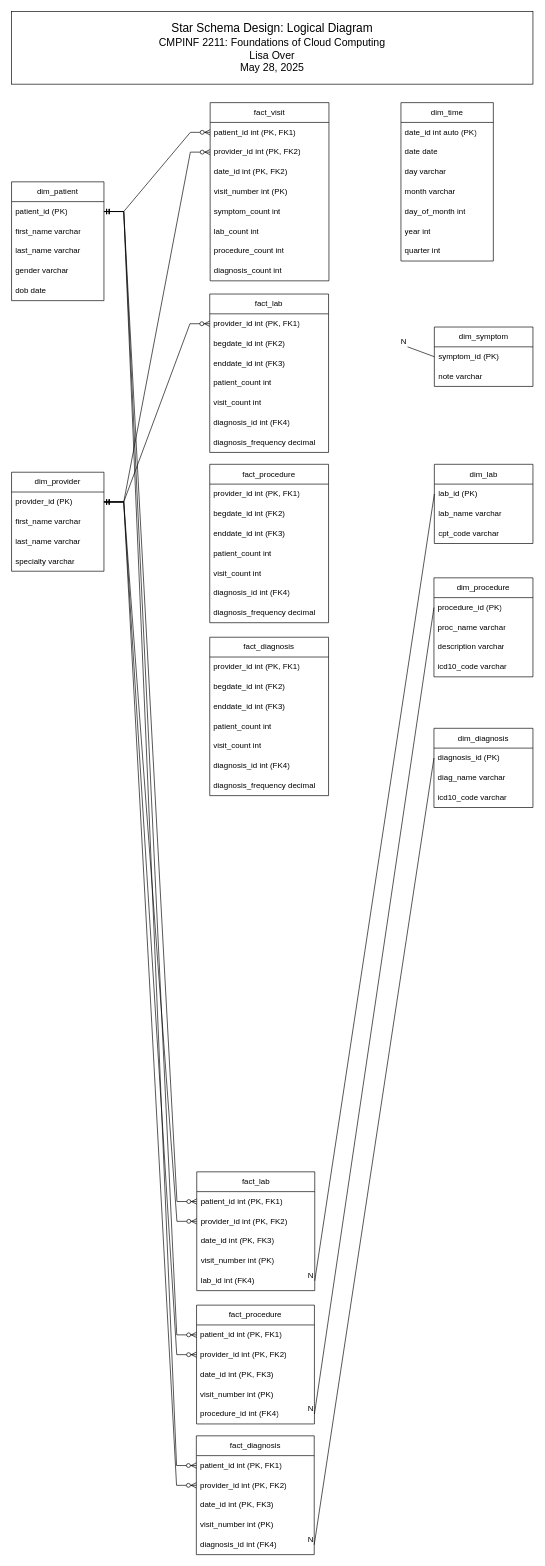
The draw.io diagram EMR_Star_Schema/schema_diagram.drawio in sandbox-lisa/drawio, before the edit. Source tidied: cells renumbered, new cells numbered last; positions are measured from the earlier drawing's top-left corner, leaving out a move shared by most shapes. Both pictures are drawn from the tidied source at 66%, with x=0, y=0 at pixel (11, 11).
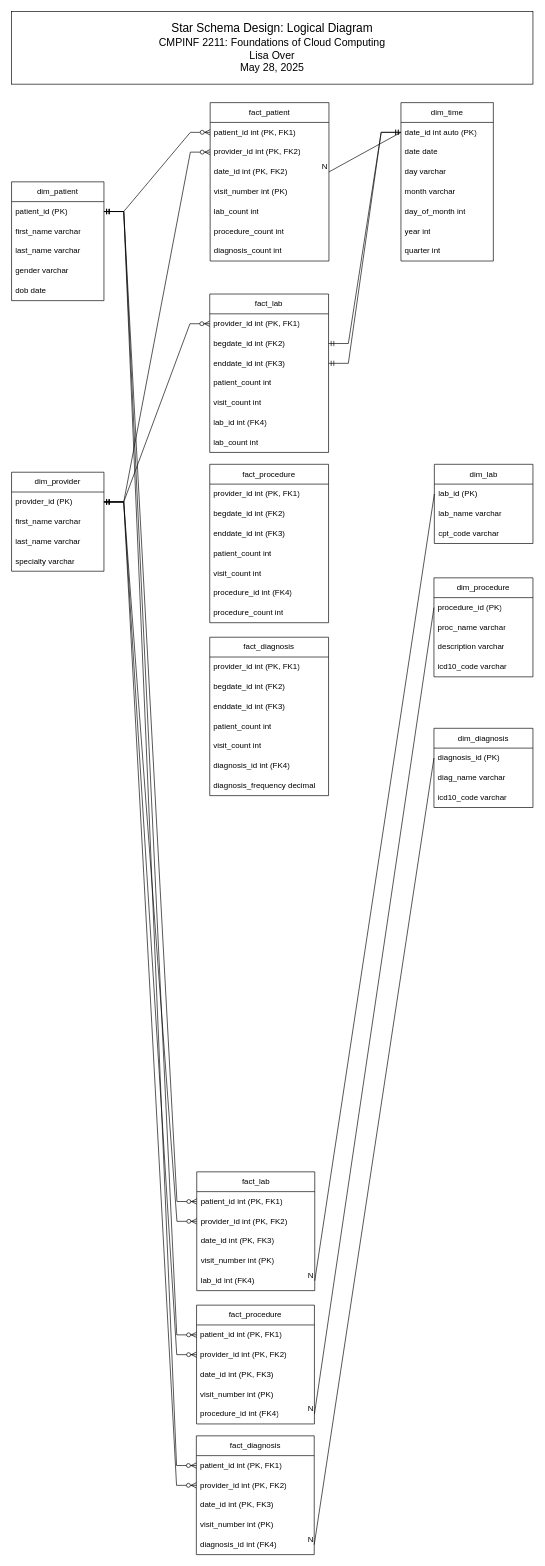
Above is the later version.

The change refers to these unchanged cells:
```xml
<mxCell id="5" value="date_id int (PK, FK2)" style="text;strokeColor=none;fillColor=none;align=left;verticalAlign=middle;spacingLeft=4;spacingRight=4;overflow=hidden;points=[[0,0.5],[1,0.5]];portConstraint=eastwest;whiteSpace=wrap;html=1;" parent="2" vertex="1">
  <mxGeometry y="90" width="180" height="30" as="geometry" />
</mxCell>
<mxCell id="12" value="date_id int auto (PK)" style="text;strokeColor=none;fillColor=none;align=left;verticalAlign=middle;spacingLeft=4;spacingRight=4;overflow=hidden;points=[[0,0.5],[1,0.5]];portConstraint=eastwest;whiteSpace=wrap;html=1;" parent="11" vertex="1">
  <mxGeometry y="30" width="140" height="30" as="geometry" />
</mxCell>
<mxCell id="35" value="fact_lab" style="swimlane;fontStyle=0;horizontal=1;startSize=30;whiteSpace=wrap;html=1;" parent="1" vertex="1">
  <mxGeometry x="300.3" y="428" width="180" height="240" as="geometry" />
</mxCell>
<mxCell id="37" value="begdate_id int (FK2)" style="text;strokeColor=none;fillColor=none;align=left;verticalAlign=middle;spacingLeft=4;spacingRight=4;overflow=hidden;points=[[0,0.5],[1,0.5]];portConstraint=eastwest;whiteSpace=wrap;html=1;" parent="35" vertex="1">
  <mxGeometry y="60" width="180" height="30" as="geometry" />
</mxCell>
<mxCell id="38" value="enddate_id int (FK3)" style="text;strokeColor=none;fillColor=none;align=left;verticalAlign=middle;spacingLeft=4;spacingRight=4;overflow=hidden;points=[[0,0.5],[1,0.5]];portConstraint=eastwest;whiteSpace=wrap;html=1;" parent="35" vertex="1">
  <mxGeometry y="90" width="180" height="30" as="geometry" />
</mxCell>
<mxCell id="85" value="fact_procedure" style="swimlane;fontStyle=0;horizontal=1;startSize=30;whiteSpace=wrap;html=1;" parent="1" vertex="1">
  <mxGeometry x="300.3" y="686" width="180" height="240" as="geometry" />
</mxCell>
```

The edit, as a diff of the source:
```diff
@@
-    <mxCell id="2" value="fact_visit" style="swimlane;fontStyle=0;horizontal=1;startSize=30;whiteSpace=wrap;html=1;" parent="1" vertex="1">
-      <mxGeometry x="300.9" y="138" width="180" height="270" as="geometry" />
+    <mxCell id="2" value="fact_patient" style="swimlane;fontStyle=0;horizontal=1;startSize=30;whiteSpace=wrap;html=1;" parent="1" vertex="1">
+      <mxGeometry x="300.9" y="138" width="180" height="240" as="geometry" />
     </mxCell>
@@
-    <mxCell id="7" value="symptom_count int" style="text;strokeColor=none;fillColor=none;align=left;verticalAlign=middle;spacingLeft=4;spacingRight=4;overflow=hidden;whiteSpace=wrap;html=1;" parent="2" vertex="1">
-      <mxGeometry y="150" width="180" height="30" as="geometry" />
-    </mxCell>
     <mxCell id="8" value="lab_count int" style="text;strokeColor=none;fillColor=none;align=left;verticalAlign=middle;spacingLeft=4;spacingRight=4;overflow=hidden;whiteSpace=wrap;html=1;" parent="2" vertex="1">
-      <mxGeometry y="180" width="180" height="30" as="geometry" />
+      <mxGeometry y="150" width="180" height="30" as="geometry" />
     </mxCell>
     <mxCell id="9" value="procedure_count int" style="text;strokeColor=none;fillColor=none;align=left;verticalAlign=middle;spacingLeft=4;spacingRight=4;overflow=hidden;whiteSpace=wrap;html=1;" parent="2" vertex="1">
-      <mxGeometry y="210" width="180" height="30" as="geometry" />
+      <mxGeometry y="180" width="180" height="30" as="geometry" />
     </mxCell>
     <mxCell id="10" value="diagnosis_count int" style="text;strokeColor=none;fillColor=none;align=left;verticalAlign=middle;spacingLeft=4;spacingRight=4;overflow=hidden;whiteSpace=wrap;html=1;" parent="2" vertex="1">
-      <mxGeometry y="240" width="180" height="30" as="geometry" />
+      <mxGeometry y="210" width="180" height="30" as="geometry" />
     </mxCell>
@@
-    <mxCell id="41" value="diagnosis_id int (FK4)" style="text;strokeColor=none;fillColor=none;align=left;verticalAlign=middle;spacingLeft=4;spacingRight=4;overflow=hidden;whiteSpace=wrap;html=1;" parent="35" vertex="1">
+    <mxCell id="41" value="lab_id int (FK4)" style="text;strokeColor=none;fillColor=none;align=left;verticalAlign=middle;spacingLeft=4;spacingRight=4;overflow=hidden;whiteSpace=wrap;html=1;" parent="35" vertex="1">
       <mxGeometry y="180" width="180" height="30" as="geometry" />
     </mxCell>
-    <mxCell id="42" value="diagnosis_frequency decimal" style="text;strokeColor=none;fillColor=none;align=left;verticalAlign=middle;spacingLeft=4;spacingRight=4;overflow=hidden;whiteSpace=wrap;html=1;" parent="35" vertex="1">
+    <mxCell id="42" value="lab_count int" style="text;strokeColor=none;fillColor=none;align=left;verticalAlign=middle;spacingLeft=4;spacingRight=4;overflow=hidden;whiteSpace=wrap;html=1;" parent="35" vertex="1">
       <mxGeometry y="210" width="180" height="30" as="geometry" />
     </mxCell>
@@
-    <mxCell id="91" value="diagnosis_id int (FK4)" style="text;strokeColor=none;fillColor=none;align=left;verticalAlign=middle;spacingLeft=4;spacingRight=4;overflow=hidden;whiteSpace=wrap;html=1;" parent="85" vertex="1">
+    <mxCell id="91" value="procedure_id int (FK4)" style="text;strokeColor=none;fillColor=none;align=left;verticalAlign=middle;spacingLeft=4;spacingRight=4;overflow=hidden;whiteSpace=wrap;html=1;" parent="85" vertex="1">
       <mxGeometry y="180" width="180" height="30" as="geometry" />
     </mxCell>
-    <mxCell id="92" value="diagnosis_frequency decimal" style="text;strokeColor=none;fillColor=none;align=left;verticalAlign=middle;spacingLeft=4;spacingRight=4;overflow=hidden;whiteSpace=wrap;html=1;" parent="85" vertex="1">
+    <mxCell id="92" value="procedure_count int" style="text;strokeColor=none;fillColor=none;align=left;verticalAlign=middle;spacingLeft=4;spacingRight=4;overflow=hidden;whiteSpace=wrap;html=1;" parent="85" vertex="1">
       <mxGeometry y="210" width="180" height="30" as="geometry" />
     </mxCell>
@@
-    <mxCell id="101" value="dim_symptom" style="swimlane;fontStyle=0;horizontal=1;startSize=30;whiteSpace=wrap;html=1;" parent="1" vertex="1">
-      <mxGeometry x="640.6" y="478" width="149.4" height="90" as="geometry" />
-    </mxCell>
-    <mxCell id="102" value="symptom_id (PK)" style="text;strokeColor=none;fillColor=none;align=left;verticalAlign=middle;spacingLeft=4;spacingRight=4;overflow=hidden;points=[[0,0.5],[1,0.5]];portConstraint=eastwest;whiteSpace=wrap;html=1;" parent="101" vertex="1">
-      <mxGeometry y="30" width="149.4" height="30" as="geometry" />
-    </mxCell>
-    <mxCell id="103" value="note&amp;nbsp;varchar" style="text;strokeColor=none;fillColor=none;align=left;verticalAlign=middle;spacingLeft=4;spacingRight=4;overflow=hidden;whiteSpace=wrap;html=1;" parent="101" vertex="1">
-      <mxGeometry y="60" width="149.4" height="30" as="geometry" />
-    </mxCell>
-    <mxCell id="104" style="endArrow=none;html=1;rounded=0;exitX=0;exitY=0.5;exitDx=0;exitDy=0;" parent="1" edge="1" source="102">
-      <mxGeometry relative="1" as="geometry">
-        <mxPoint x="600" y="508" as="targetPoint" />
-      </mxGeometry>
-    </mxCell>
+    <mxCell id="106" style="endArrow=none;html=1;rounded=0;exitX=0;exitY=0.5;exitDx=0;exitDy=0;entryX=1;entryY=0.5;entryDx=0;entryDy=0;" parent="1" edge="1" source="12" target="5">
+      <mxGeometry relative="1" as="geometry" />
+    </mxCell>
-    <mxCell id="105" value="N" style="html=1;whiteSpace=wrap;align=right;verticalAlign=bottom;" parent="104" vertex="1">
+    <mxCell id="105" value="N" style="html=1;whiteSpace=wrap;align=right;verticalAlign=bottom;" parent="106" vertex="1">
       <mxGeometry x="1" relative="1" as="geometry" />
     </mxCell>
+    <mxCell id="107" style="edgeStyle=entityRelationEdgeStyle;fontSize=12;html=1;endArrow=ERmandOne;startArrow=ERmandOne;rounded=0;entryX=0;entryY=0.5;entryDx=0;entryDy=0;exitX=1;exitY=0.5;exitDx=0;exitDy=0;" parent="1" edge="1" source="37" target="12">
+      <mxGeometry relative="1" as="geometry" />
+    </mxCell>
+    <mxCell id="108" style="edgeStyle=entityRelationEdgeStyle;fontSize=12;html=1;endArrow=ERmandOne;startArrow=ERmandOne;rounded=0;entryX=0;entryY=0.5;entryDx=0;entryDy=0;exitX=1;exitY=0.5;exitDx=0;exitDy=0;" parent="1" edge="1" source="38" target="12">
+      <mxGeometry relative="1" as="geometry" />
+    </mxCell>
```
